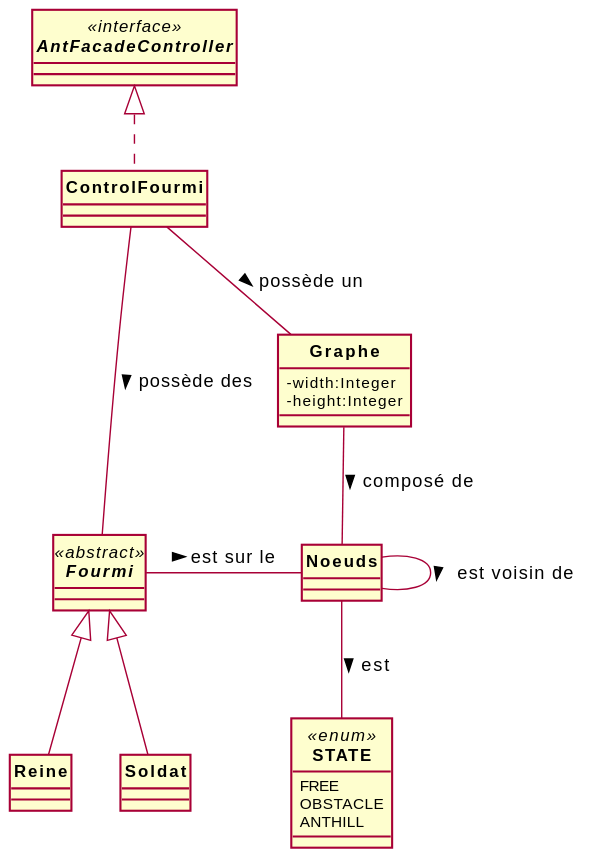
This is Fourmis_DCa.svg from ErenMustafaGit/ColonieFourmis, a PlantUML export, as it was before one commit. Its diagram source:
```plantuml
@startuml
skinparam style strictuml
skinparam classAttributeIconSize 0
skinparam circledCharacterRadius 0
skinparam circledCharacterFontSize 0
skinparam classFontStyle Bold


interface AntFacadeController<<interface>>{

}

enum STATE <<enum>> {
    FREE
    OBSTACLE
    ANTHILL
}


class Graphe {
     -width:Integer
     -height:Integer
}
class Noeuds{
}

abstract Fourmi <<abstract>>{

}

class Reine extends Fourmi{

}

class Soldat extends Fourmi{

}

class ControlFourmi implements AntFacadeController{

}

Noeuds - Noeuds : est voisin de >
ControlFourmi -- Graphe : possède un >
ControlFourmi --- Fourmi : possède des >
Graphe -- Noeuds : composé de >
Fourmi  - Noeuds : est sur le >
Noeuds --  STATE : est >

@enduml
```
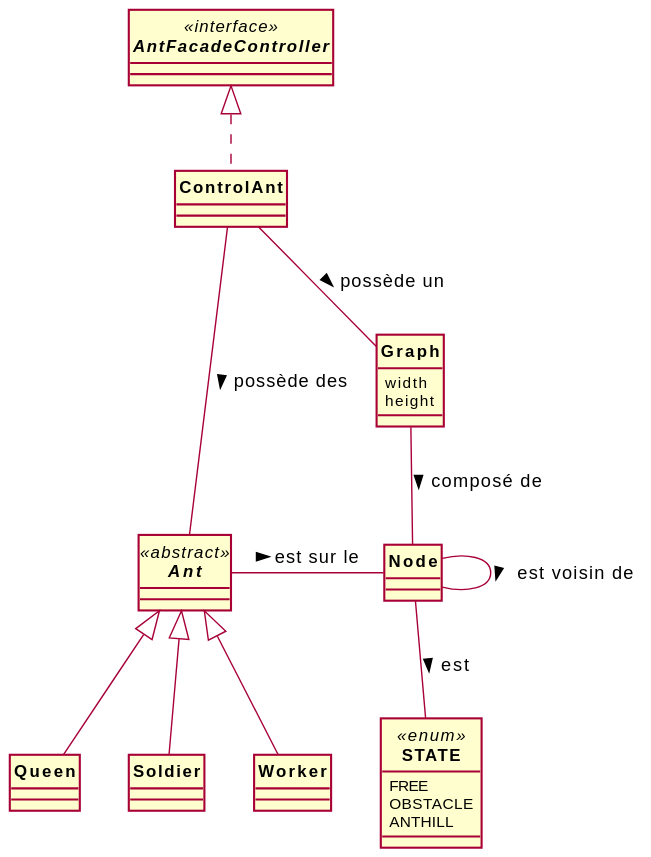
After the commit.

Change to the diagram source:
```diff
@@ -17,34 +17,37 @@
 }
 
 
-class Graphe {
-     -width:Integer
-     -height:Integer
+class Graph {
+     width
+     height
 }
-class Noeuds{
+class Node{
 }
 
-abstract Fourmi <<abstract>>{
+abstract Ant <<abstract>>{
 
 }
 
-class Reine extends Fourmi{
+class Queen extends Ant{
 
 }
 
-class Soldat extends Fourmi{
+class Soldier extends Ant{
 
 }
 
-class ControlFourmi implements AntFacadeController{
+class Worker extends Ant{
+}
+
+class ControlAnt implements AntFacadeController{
 
 }
 
-Noeuds - Noeuds : est voisin de >
-ControlFourmi -- Graphe : possède un >
-ControlFourmi --- Fourmi : possède des >
-Graphe -- Noeuds : composé de >
-Fourmi  - Noeuds : est sur le >
-Noeuds --  STATE : est >
+Node - Node : est voisin de >
+ControlAnt -- Graph : possède un >
+ControlAnt --- Ant : possède des >
+Graph -- Node : composé de >
+Ant  - Node : est sur le >
+Node --  STATE : est >
 
 @enduml
```
